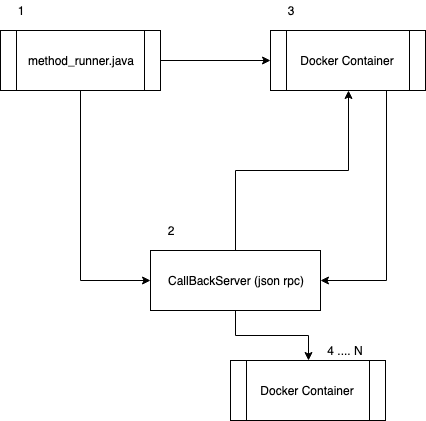
Above: NJS_Docker.png in bio-boris/execution_engine_narrative (draw.io), before the change. Source tidied: cells renumbered, new cells last; positions are measured from the earlier drawing's top-left corner, leaving out a move shared by most shapes.
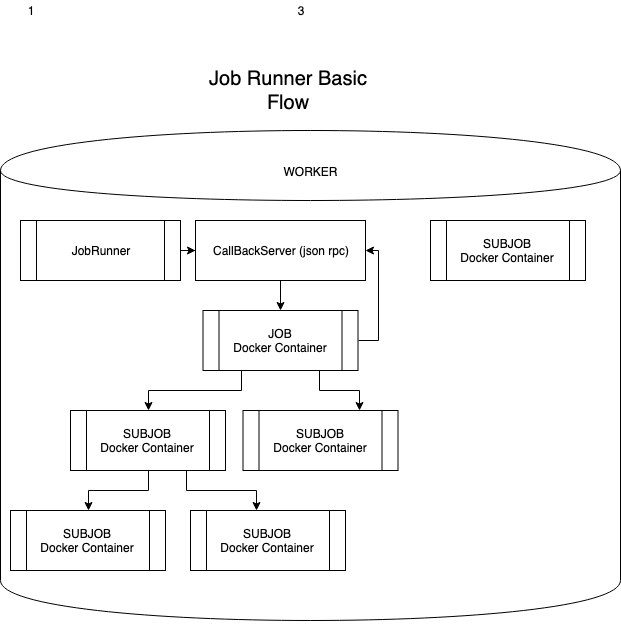
The same file after the commit.

The edit, as a diff of the source:
```diff
@@ -2,14 +2,14 @@
   <root>
     <mxCell id="0" />
     <mxCell id="1" parent="0" />
+    <mxCell id="16" value="WORKER&lt;br&gt;&lt;br&gt;&lt;br&gt;&lt;br&gt;&lt;br&gt;&lt;br&gt;&lt;br&gt;&lt;br&gt;&lt;br&gt;&lt;br&gt;&lt;br&gt;&lt;br&gt;&lt;br&gt;&lt;br&gt;&lt;br&gt;&lt;br&gt;&lt;br&gt;&lt;br&gt;&lt;br&gt;&lt;br&gt;&lt;br&gt;&lt;br&gt;&lt;br&gt;&lt;br&gt;&lt;br&gt;&lt;br&gt;&lt;br&gt;&lt;br&gt;&lt;br&gt;&lt;br&gt;&lt;br&gt;&lt;br&gt;&lt;br&gt;" style="shape=cylinder;whiteSpace=wrap;html=1;boundedLbl=1;backgroundOutline=1;" parent="1" vertex="1">
+      <mxGeometry x="-10" y="130" width="620" height="490" as="geometry" />
+    </mxCell>
     <mxCell id="2" style="edgeStyle=orthogonalEdgeStyle;rounded=0;jettySize=auto;html=1;entryX=0;entryY=0.5;entryDx=0;entryDy=0;" parent="1" edge="1" source="4" target="8">
       <mxGeometry relative="1" as="geometry" />
     </mxCell>
-    <mxCell id="3" style="edgeStyle=orthogonalEdgeStyle;rounded=0;jettySize=auto;html=1;entryX=0;entryY=0.5;entryDx=0;entryDy=0;" parent="1" edge="1" source="4" target="10">
-      <mxGeometry relative="1" as="geometry" />
-    </mxCell>
-    <mxCell id="4" value="method_runner.java" style="shape=process;whiteSpace=wrap;html=1;backgroundOutline=1;" parent="1" vertex="1">
-      <mxGeometry y="30" width="160" height="60" as="geometry" />
+    <mxCell id="4" value="JobRunner" style="shape=process;whiteSpace=wrap;html=1;backgroundOutline=1;" parent="1" vertex="1">
+      <mxGeometry x="10" y="220" width="160" height="60" as="geometry" />
     </mxCell>
     <mxCell id="5" style="edgeStyle=orthogonalEdgeStyle;rounded=0;orthogonalLoop=1;jettySize=auto;html=1;exitX=0.5;exitY=1;exitDx=0;exitDy=0;" parent="1" edge="1">
       <mxGeometry relative="1" as="geometry">
@@ -17,35 +17,53 @@
         <mxPoint x="250" y="70" as="targetPoint" />
       </mxGeometry>
     </mxCell>
-    <mxCell id="6" style="edgeStyle=orthogonalEdgeStyle;rounded=0;jettySize=auto;html=1;exitX=0.5;exitY=0;exitDx=0;exitDy=0;entryX=0.5;entryY=1;entryDx=0;entryDy=0;" parent="1" edge="1" source="8" target="10">
+    <mxCell id="6" style="edgeStyle=orthogonalEdgeStyle;rounded=0;jettySize=auto;html=1;exitX=0.5;exitY=1;exitDx=0;exitDy=0;entryX=0.5;entryY=0;entryDx=0;entryDy=0;" parent="1" edge="1" source="8" target="10">
       <mxGeometry relative="1" as="geometry" />
     </mxCell>
-    <mxCell id="7" style="edgeStyle=orthogonalEdgeStyle;rounded=0;jettySize=auto;html=1;exitX=0.5;exitY=1;exitDx=0;exitDy=0;" parent="1" edge="1" source="8" target="11">
-      <mxGeometry relative="1" as="geometry" />
-    </mxCell>
     <mxCell id="8" value="CallBackServer (json rpc)" style="rounded=0;whiteSpace=wrap;html=1;" parent="1" vertex="1">
-      <mxGeometry x="150" y="250" width="170" height="60" as="geometry" />
+      <mxGeometry x="185" y="220" width="170" height="60" as="geometry" />
     </mxCell>
-    <mxCell id="9" style="edgeStyle=orthogonalEdgeStyle;rounded=0;jettySize=auto;html=1;exitX=0.75;exitY=1;exitDx=0;exitDy=0;entryX=1;entryY=0.5;entryDx=0;entryDy=0;" parent="1" edge="1" source="10" target="8">
+    <mxCell id="9" style="edgeStyle=orthogonalEdgeStyle;rounded=0;jettySize=auto;html=1;exitX=1;exitY=0.5;exitDx=0;exitDy=0;entryX=1;entryY=0.5;entryDx=0;entryDy=0;" parent="1" edge="1" source="10" target="8">
       <mxGeometry relative="1" as="geometry" />
     </mxCell>
+    <mxCell id="17" style="edgeStyle=orthogonalEdgeStyle;rounded=0;jettySize=auto;html=1;exitX=0.25;exitY=1;exitDx=0;exitDy=0;entryX=0.5;entryY=0;entryDx=0;entryDy=0;" parent="1" edge="1" source="10" target="11">
+      <mxGeometry relative="1" as="geometry" />
+    </mxCell>
+    <mxCell id="18" style="edgeStyle=orthogonalEdgeStyle;rounded=0;jettySize=auto;html=1;exitX=0.75;exitY=1;exitDx=0;exitDy=0;entryX=0.75;entryY=0;entryDx=0;entryDy=0;" parent="1" edge="1" source="10" target="22">
+      <mxGeometry relative="1" as="geometry" />
+    </mxCell>
-    <mxCell id="10" value="Docker Container" style="shape=process;whiteSpace=wrap;html=1;backgroundOutline=1;" parent="1" vertex="1">
-      <mxGeometry x="270" y="30" width="155" height="60" as="geometry" />
+    <mxCell id="10" value="JOB&lt;br&gt;Docker Container" style="shape=process;whiteSpace=wrap;html=1;backgroundOutline=1;" parent="1" vertex="1">
+      <mxGeometry x="192.5" y="310" width="155" height="60" as="geometry" />
     </mxCell>
+    <mxCell id="19" style="edgeStyle=orthogonalEdgeStyle;rounded=0;jettySize=auto;html=1;exitX=0.5;exitY=1;exitDx=0;exitDy=0;" parent="1" edge="1" source="11" target="23">
+      <mxGeometry relative="1" as="geometry" />
+    </mxCell>
+    <mxCell id="20" style="edgeStyle=orthogonalEdgeStyle;rounded=0;jettySize=auto;html=1;exitX=0.75;exitY=1;exitDx=0;exitDy=0;entryX=0.429;entryY=0;entryDx=0;entryDy=0;entryPerimeter=0;" parent="1" edge="1" source="11" target="24">
+      <mxGeometry relative="1" as="geometry" />
+    </mxCell>
-    <mxCell id="11" value="Docker Container" style="shape=process;whiteSpace=wrap;html=1;backgroundOutline=1;" parent="1" vertex="1">
-      <mxGeometry x="230" y="360" width="155" height="60" as="geometry" />
+    <mxCell id="11" value="SUBJOB&lt;br&gt;Docker Container" style="shape=process;whiteSpace=wrap;html=1;backgroundOutline=1;" parent="1" vertex="1">
+      <mxGeometry x="60" y="410" width="155" height="60" as="geometry" />
     </mxCell>
-    <mxCell id="12" value="2" style="text;html=1;strokeColor=none;fillColor=none;align=center;verticalAlign=middle;whiteSpace=wrap;rounded=0;" parent="1" vertex="1">
-      <mxGeometry x="150" y="220" width="40" height="20" as="geometry" />
-    </mxCell>
     <mxCell id="13" value="1" style="text;html=1;strokeColor=none;fillColor=none;align=center;verticalAlign=middle;whiteSpace=wrap;rounded=0;" parent="1" vertex="1">
       <mxGeometry width="40" height="20" as="geometry" />
     </mxCell>
     <mxCell id="14" value="3" style="text;html=1;strokeColor=none;fillColor=none;align=center;verticalAlign=middle;whiteSpace=wrap;rounded=0;" parent="1" vertex="1">
       <mxGeometry x="270" width="40" height="20" as="geometry" />
     </mxCell>
-    <mxCell id="15" value="4 .... N" style="text;html=1;strokeColor=none;fillColor=none;align=center;verticalAlign=middle;whiteSpace=wrap;rounded=0;" parent="1" vertex="1">
-      <mxGeometry x="325" y="340" width="40" height="20" as="geometry" />
-    </mxCell>
+    <mxCell id="21" value="SUBJOB&lt;br&gt;Docker Container" style="shape=process;whiteSpace=wrap;html=1;backgroundOutline=1;" parent="1" vertex="1">
+      <mxGeometry x="420" y="220" width="155" height="60" as="geometry" />
+    </mxCell>
+    <mxCell id="22" value="SUBJOB&lt;br&gt;Docker Container" style="shape=process;whiteSpace=wrap;html=1;backgroundOutline=1;" parent="1" vertex="1">
+      <mxGeometry x="232.5" y="410" width="155" height="60" as="geometry" />
+    </mxCell>
+    <mxCell id="23" value="SUBJOB&lt;br&gt;Docker Container" style="shape=process;whiteSpace=wrap;html=1;backgroundOutline=1;" parent="1" vertex="1">
+      <mxGeometry y="510" width="155" height="60" as="geometry" />
+    </mxCell>
+    <mxCell id="24" value="SUBJOB&lt;br&gt;Docker Container" style="shape=process;whiteSpace=wrap;html=1;backgroundOutline=1;" parent="1" vertex="1">
+      <mxGeometry x="180" y="510" width="155" height="60" as="geometry" />
+    </mxCell>
+    <mxCell id="25" value="&lt;font style=&quot;font-size: 20px&quot;&gt;Job Runner Basic Flow&lt;/font&gt;" style="text;html=1;strokeColor=none;fillColor=none;align=center;verticalAlign=middle;whiteSpace=wrap;rounded=0;" parent="1" vertex="1">
+      <mxGeometry x="192.5" y="80" width="170" height="20" as="geometry" />
+    </mxCell>
   </root>
 </mxGraphModel>
```
